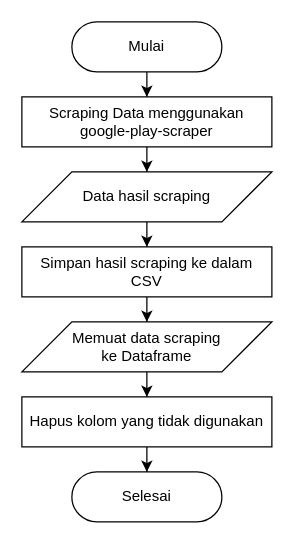
Above: page "Scraping" (2 of 10) of Untitled Diagram.drawio in mksyfla/analysis-sentiment-using-svm (draw.io), before the change. Source tidied: cells renumbered, new cells numbered last; positions are measured from the earlier drawing's top-left corner, leaving out a move shared by most shapes. Both pictures are drawn from the tidied source at 125%, with x=0, y=0 at pixel (21, 21).
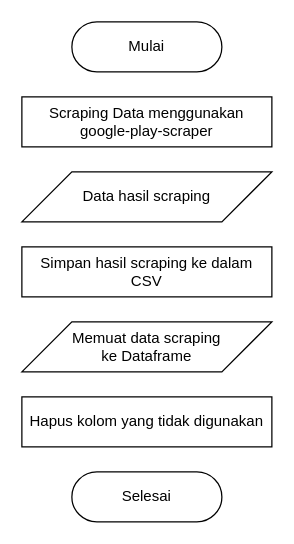
Above is the later version.

Diff of the diagram source:
```diff
@@
 <mxGraphModel>
   <root>
     <mxCell id="0" />
     <mxCell id="1" parent="0" />
-    <mxCell id="2" style="edgeStyle=orthogonalEdgeStyle;rounded=0;jettySize=auto;html=1;" parent="1" edge="1" source="3" target="5">
-      <mxGeometry relative="1" as="geometry" />
-    </mxCell>
     <mxCell id="3" value="Mulai" style="html=1;dashed=0;whiteSpace=wrap;shape=mxgraph.dfd.start;" parent="1" vertex="1">
       <mxGeometry x="40" width="120" height="40" as="geometry" />
     </mxCell>
-    <mxCell id="4" style="edgeStyle=orthogonalEdgeStyle;rounded=0;jettySize=auto;html=1;" parent="1" edge="1" source="5" target="12">
-      <mxGeometry relative="1" as="geometry" />
-    </mxCell>
     <mxCell id="5" value="Scraping Data menggunakan google-play-scraper" style="html=1;dashed=0;whiteSpace=wrap;" parent="1" vertex="1">
       <mxGeometry y="60" width="200" height="40" as="geometry" />
     </mxCell>
-    <mxCell id="6" style="edgeStyle=orthogonalEdgeStyle;rounded=0;jettySize=auto;html=1;" parent="1" edge="1" source="7" target="8">
-      <mxGeometry relative="1" as="geometry" />
-    </mxCell>
     <mxCell id="7" value="&lt;div&gt;Hapus kolom yang tidak digunakan&lt;/div&gt;" style="html=1;dashed=0;whiteSpace=wrap;" parent="1" vertex="1">
       <mxGeometry y="300" width="200" height="40" as="geometry" />
     </mxCell>
     <mxCell id="8" value="Selesai" style="html=1;dashed=0;whiteSpace=wrap;shape=mxgraph.dfd.start;" parent="1" vertex="1">
       <mxGeometry x="40" y="360" width="120" height="40" as="geometry" />
     </mxCell>
-    <mxCell id="9" style="edgeStyle=orthogonalEdgeStyle;rounded=0;jettySize=auto;html=1;" parent="1" edge="1" source="10" target="14">
-      <mxGeometry relative="1" as="geometry" />
-    </mxCell>
     <mxCell id="10" value="&lt;div&gt;Simpan hasil scraping ke dalam&lt;/div&gt;&lt;div&gt;CSV&lt;/div&gt;" style="html=1;dashed=0;whiteSpace=wrap;" parent="1" vertex="1">
       <mxGeometry y="180" width="200" height="40" as="geometry" />
     </mxCell>
-    <mxCell id="11" style="edgeStyle=orthogonalEdgeStyle;rounded=0;jettySize=auto;html=1;" parent="1" edge="1" source="12" target="10">
-      <mxGeometry relative="1" as="geometry" />
-    </mxCell>
     <mxCell id="12" value="Data hasil scraping" style="shape=parallelogram;perimeter=parallelogramPerimeter;whiteSpace=wrap;html=1;dashed=0;" parent="1" vertex="1">
       <mxGeometry y="120" width="200" height="40" as="geometry" />
     </mxCell>
-    <mxCell id="13" style="edgeStyle=orthogonalEdgeStyle;rounded=0;jettySize=auto;html=1;" parent="1" edge="1" source="14" target="7">
-      <mxGeometry relative="1" as="geometry" />
-    </mxCell>
     <mxCell id="14" value="&lt;div&gt;Memuat data scraping&lt;/div&gt;&lt;div&gt;ke Dataframe&lt;/div&gt;" style="shape=parallelogram;perimeter=parallelogramPerimeter;whiteSpace=wrap;html=1;dashed=0;" parent="1" vertex="1">
       <mxGeometry y="240" width="200" height="40" as="geometry" />
     </mxCell>
   </root>
 </mxGraphModel>
```
